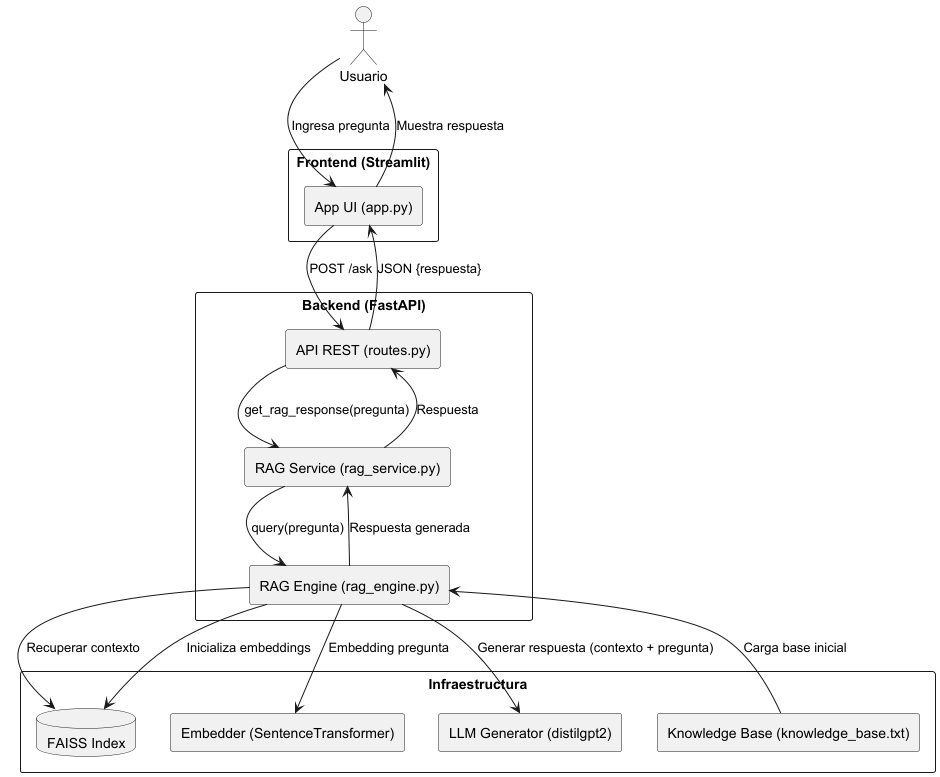
Before: .docs/architecture_diagram.png, a diagram exported from PlantUML (jagoss/chatbot-umpe).
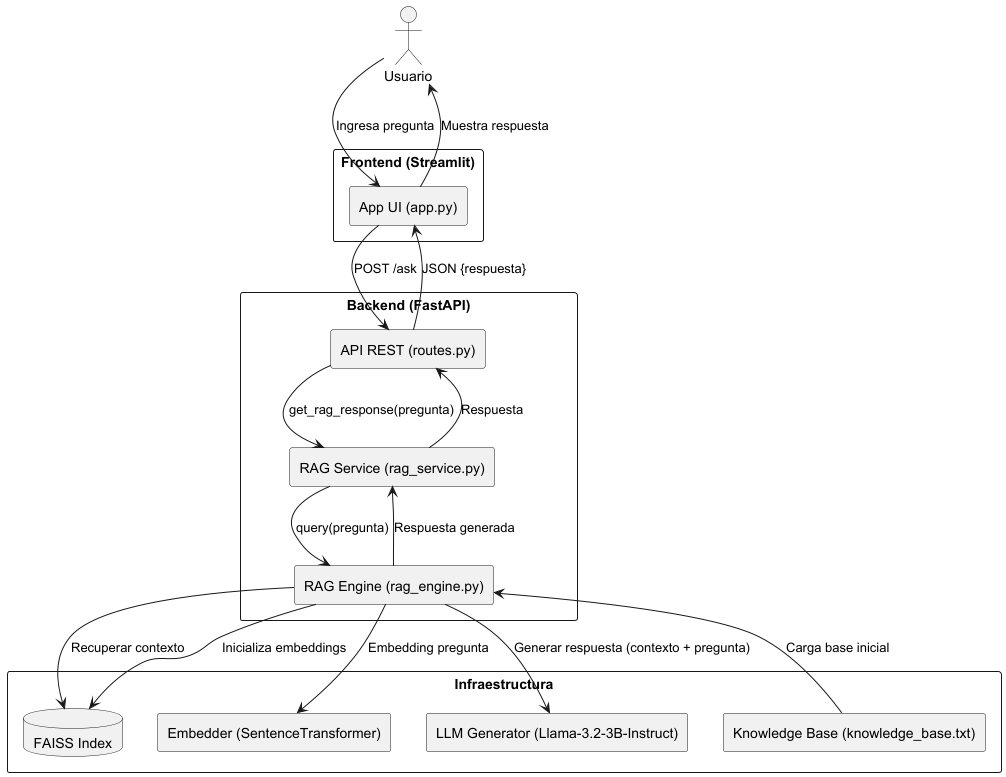
After the commit.

The edit, as a diff of the source:
```diff
@@ -18,7 +18,7 @@
     database "FAISS Index" as Faiss
     component "Knowledge Base (knowledge_base.txt)" as KB
     component "Embedder (SentenceTransformer)" as Embedder
-    component "LLM Generator (distilgpt2)" as Generator
+    component "LLM Generator (Llama-3.2-3B-Instruct)" as Generator
 }
 
 Usuario --> Frontend : Ingresa pregunta
```
